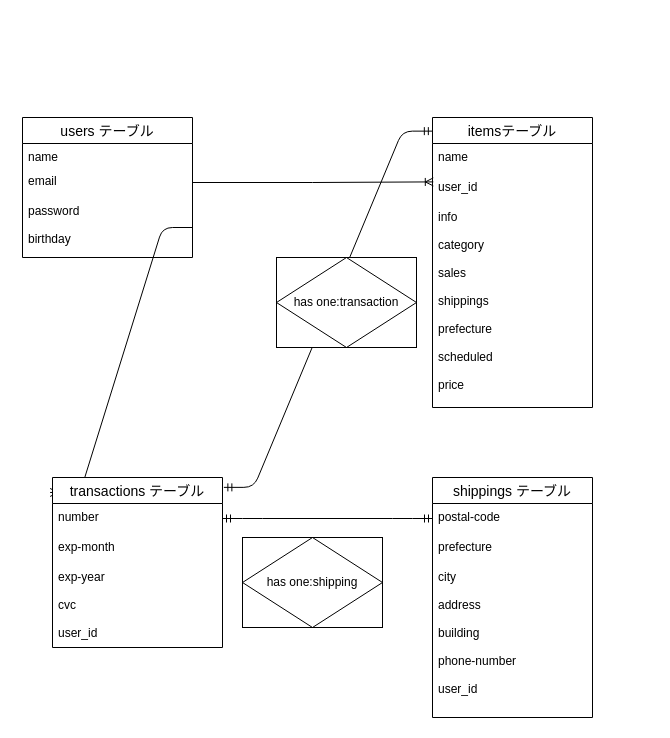
The draw.io diagram er.dio in hirofumishiba0301/furima-29629, before the edit. Source tidied: cells renumbered, new cells numbered last; positions are measured from the earlier drawing's top-left corner, leaving out a move shared by most shapes. Both pictures are drawn from the tidied source at 100%, with x=0, y=0 at pixel (22, 117).
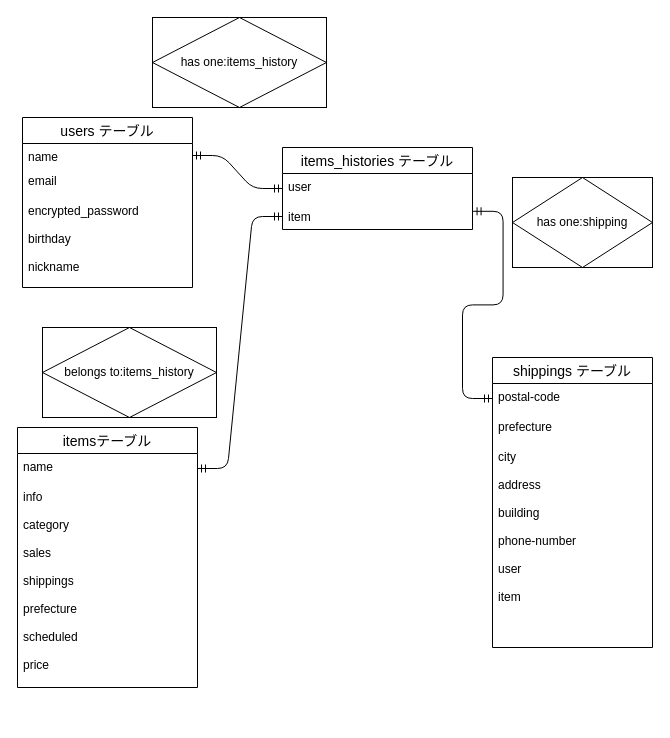
The same diagram, later.

Commit message (it also covers changes not shown here):
テーブル設計#2

Unchanged cells that the change refers to:
```xml
<mxCell id="10" value="postal-code" style="text;strokeColor=none;fillColor=none;spacingLeft=4;spacingRight=4;overflow=hidden;points=[[0,0.5],[1,0.5]];portConstraint=eastwest;fontSize=12;" parent="9" vertex="1">
  <mxGeometry y="26" width="160" height="30" as="geometry" />
</mxCell>
```

Change to the diagram source:
```diff
@@
-    <mxCell id="2" style="edgeStyle=entityRelationEdgeStyle;fontSize=12;html=1;endArrow=ERoneToMany;exitX=1;exitY=0.5;exitDx=0;exitDy=0;entryX=-0.014;entryY=0.088;entryDx=0;entryDy=0;entryPerimeter=0;" parent="1" edge="1" source="16" target="17">
-      <mxGeometry relative="1" as="geometry" />
-    </mxCell>
-    <mxCell id="3" style="edgeStyle=entityRelationEdgeStyle;fontSize=12;html=1;endArrow=ERmandOne;startArrow=ERmandOne;entryX=-0.001;entryY=0.047;entryDx=0;entryDy=0;entryPerimeter=0;exitX=1.008;exitY=0.058;exitDx=0;exitDy=0;exitPerimeter=0;" parent="1" edge="1" source="17" target="5">
-      <mxGeometry relative="1" as="geometry" />
-    </mxCell>
-    <mxCell id="4" style="edgeStyle=entityRelationEdgeStyle;fontSize=12;html=1;endArrow=ERmandOne;startArrow=ERmandOne;exitX=1;exitY=0.5;exitDx=0;exitDy=0;entryX=0;entryY=0.5;entryDx=0;entryDy=0;" parent="1" edge="1" source="18" target="10">
+    <mxCell id="4" style="edgeStyle=entityRelationEdgeStyle;fontSize=12;html=1;endArrow=ERmandOne;startArrow=ERmandOne;entryX=0;entryY=0.5;entryDx=0;entryDy=0;exitX=1.003;exitY=0.3;exitDx=0;exitDy=0;exitPerimeter=0;" parent="1" edge="1" source="19" target="10">
       <mxGeometry relative="1" as="geometry" />
     </mxCell>
+    <mxCell id="13" value="users テーブル" style="swimlane;fontStyle=0;horizontal=1;startSize=26;align=center;fontSize=14;" parent="1" vertex="1">
+      <mxGeometry width="170" height="170" as="geometry" />
+    </mxCell>
+    <mxCell id="14" value="name" style="text;strokeColor=none;fillColor=none;spacingLeft=4;spacingRight=4;overflow=hidden;points=[[0,0.5],[1,0.5]];portConstraint=eastwest;fontSize=12;" parent="13" vertex="1">
+      <mxGeometry y="26" width="170" height="24" as="geometry" />
+    </mxCell>
+    <mxCell id="15" value="email" style="text;strokeColor=none;fillColor=none;spacingLeft=4;spacingRight=4;overflow=hidden;points=[[0,0.5],[1,0.5]];portConstraint=eastwest;fontSize=12;" parent="13" vertex="1">
+      <mxGeometry y="50" width="170" height="30" as="geometry" />
+    </mxCell>
+    <mxCell id="16" value="encrypted_password&#10;&#10;birthday&#10;&#10;nickname" style="text;strokeColor=none;fillColor=none;spacingLeft=4;spacingRight=4;overflow=hidden;points=[[0,0.5],[1,0.5]];portConstraint=eastwest;fontSize=12;" parent="13" vertex="1">
+      <mxGeometry y="80" width="170" height="90" as="geometry" />
+    </mxCell>
+    <mxCell id="22" value="belongs to:items_history" style="shape=associativeEntity;whiteSpace=wrap;html=1;align=center;" parent="1" vertex="1">
+      <mxGeometry x="20" y="210" width="174" height="90" as="geometry" />
+    </mxCell>
+    <mxCell id="23" value="has one:shipping" style="shape=associativeEntity;whiteSpace=wrap;html=1;align=center;" parent="1" vertex="1">
+      <mxGeometry x="490" y="60" width="140" height="90" as="geometry" />
+    </mxCell>
+    <mxCell id="17" value="items_histories テーブル" style="swimlane;fontStyle=0;horizontal=1;startSize=26;align=center;fontSize=14;" parent="1" vertex="1">
+      <mxGeometry x="260" y="30" width="190" height="82" as="geometry" />
+    </mxCell>
+    <mxCell id="18" value="user" style="text;strokeColor=none;fillColor=none;spacingLeft=4;spacingRight=4;overflow=hidden;points=[[0,0.5],[1,0.5]];portConstraint=eastwest;fontSize=12;" parent="17" vertex="1">
+      <mxGeometry y="26" width="190" height="30" as="geometry" />
+    </mxCell>
+    <mxCell id="19" value="item" style="text;strokeColor=none;fillColor=none;spacingLeft=4;spacingRight=4;overflow=hidden;points=[[0,0.5],[1,0.5]];portConstraint=eastwest;fontSize=12;" parent="17" vertex="1">
+      <mxGeometry y="56" width="190" height="26" as="geometry" />
+    </mxCell>
+    <mxCell id="24" style="edgeStyle=entityRelationEdgeStyle;fontSize=12;html=1;endArrow=ERmandOne;startArrow=ERmandOne;entryX=0;entryY=0.5;entryDx=0;entryDy=0;exitX=1;exitY=0.5;exitDx=0;exitDy=0;" parent="1" edge="1" source="14" target="18">
+      <mxGeometry relative="1" as="geometry" />
+    </mxCell>
+    <mxCell id="25" value="has one:items_history" style="shape=associativeEntity;whiteSpace=wrap;html=1;align=center;" parent="1" vertex="1">
+      <mxGeometry x="130" y="-100" width="174" height="90" as="geometry" />
+    </mxCell>
+    <mxCell id="26" style="edgeStyle=entityRelationEdgeStyle;fontSize=12;html=1;endArrow=ERmandOne;startArrow=ERmandOne;entryX=0;entryY=0.5;entryDx=0;entryDy=0;" parent="1" edge="1" source="6" target="19">
+      <mxGeometry relative="1" as="geometry" />
+    </mxCell>
     <mxCell id="5" value="itemsテーブル" style="swimlane;fontStyle=0;horizontal=1;startSize=26;align=center;fontSize=14;" parent="1" vertex="1">
-      <mxGeometry x="410" width="160" height="290" as="geometry" />
+      <mxGeometry x="-5" y="310" width="180" height="260" as="geometry" />
     </mxCell>
     <mxCell id="6" value="name" style="text;strokeColor=none;fillColor=none;spacingLeft=4;spacingRight=4;overflow=hidden;points=[[0,0.5],[1,0.5]];portConstraint=eastwest;fontSize=12;" parent="5" vertex="1">
-      <mxGeometry y="26" width="160" height="30" as="geometry" />
+      <mxGeometry y="26" width="180" height="30" as="geometry" />
     </mxCell>
-    <mxCell id="7" value="user_id" style="text;strokeColor=none;fillColor=none;spacingLeft=4;spacingRight=4;overflow=hidden;points=[[0,0.5],[1,0.5]];portConstraint=eastwest;fontSize=12;" parent="5" vertex="1">
-      <mxGeometry y="56" width="160" height="30" as="geometry" />
-    </mxCell>
     <mxCell id="8" value="info&#10;&#10;category&#10;&#10;sales&#10;&#10;shippings&#10;&#10;prefecture&#10;&#10;scheduled&#10;&#10;price" style="text;strokeColor=none;fillColor=none;spacingLeft=4;spacingRight=4;overflow=hidden;fontSize=12;" parent="5" vertex="1">
-      <mxGeometry y="86" width="160" height="204" as="geometry" />
+      <mxGeometry y="56" width="180" height="204" as="geometry" />
     </mxCell>
     <mxCell id="9" value="shippings テーブル" style="swimlane;fontStyle=0;horizontal=1;startSize=26;align=center;fontSize=14;" parent="1" vertex="1">
-      <mxGeometry x="410" y="360" width="160" height="240" as="geometry" />
+      <mxGeometry x="470" y="240" width="160" height="290" as="geometry" />
     </mxCell>
@@
-    <mxCell id="12" value="city&#10;&#10;address&#10;&#10;building&#10;&#10;phone-number&#10;&#10;user_id" style="text;strokeColor=none;fillColor=none;spacingLeft=4;spacingRight=4;overflow=hidden;fontSize=12;" parent="9" vertex="1">
-      <mxGeometry y="86" width="160" height="154" as="geometry" />
+    <mxCell id="12" value="city&#10;&#10;address&#10;&#10;building&#10;&#10;phone-number&#10;&#10;user&#10;&#10;item" style="text;strokeColor=none;fillColor=none;spacingLeft=4;spacingRight=4;overflow=hidden;fontSize=12;" parent="9" vertex="1">
+      <mxGeometry y="86" width="160" height="204" as="geometry" />
     </mxCell>
-    <mxCell id="13" value="users テーブル" style="swimlane;fontStyle=0;horizontal=1;startSize=26;align=center;fontSize=14;" parent="1" vertex="1">
-      <mxGeometry width="170" height="140" as="geometry" />
-    </mxCell>
-    <mxCell id="14" value="name" style="text;strokeColor=none;fillColor=none;spacingLeft=4;spacingRight=4;overflow=hidden;points=[[0,0.5],[1,0.5]];portConstraint=eastwest;fontSize=12;" parent="13" vertex="1">
-      <mxGeometry y="26" width="170" height="24" as="geometry" />
-    </mxCell>
-    <mxCell id="15" value="email" style="text;strokeColor=none;fillColor=none;spacingLeft=4;spacingRight=4;overflow=hidden;points=[[0,0.5],[1,0.5]];portConstraint=eastwest;fontSize=12;" parent="13" vertex="1">
-      <mxGeometry y="50" width="170" height="30" as="geometry" />
-    </mxCell>
-    <mxCell id="16" value="password&#10;&#10;birthday" style="text;strokeColor=none;fillColor=none;spacingLeft=4;spacingRight=4;overflow=hidden;points=[[0,0.5],[1,0.5]];portConstraint=eastwest;fontSize=12;" parent="13" vertex="1">
-      <mxGeometry y="80" width="170" height="60" as="geometry" />
-    </mxCell>
-    <mxCell id="17" value="transactions テーブル" style="swimlane;fontStyle=0;horizontal=1;startSize=26;align=center;fontSize=14;" parent="1" vertex="1">
-      <mxGeometry x="30" y="360" width="170" height="170" as="geometry" />
-    </mxCell>
-    <mxCell id="18" value="number" style="text;strokeColor=none;fillColor=none;spacingLeft=4;spacingRight=4;overflow=hidden;points=[[0,0.5],[1,0.5]];portConstraint=eastwest;fontSize=12;" parent="17" vertex="1">
-      <mxGeometry y="26" width="170" height="30" as="geometry" />
-    </mxCell>
-    <mxCell id="19" value="exp-month" style="text;strokeColor=none;fillColor=none;spacingLeft=4;spacingRight=4;overflow=hidden;points=[[0,0.5],[1,0.5]];portConstraint=eastwest;fontSize=12;" parent="17" vertex="1">
-      <mxGeometry y="56" width="170" height="30" as="geometry" />
-    </mxCell>
-    <mxCell id="20" value="exp-year&#10;&#10;cvc&#10;&#10;user_id" style="text;strokeColor=none;fillColor=none;spacingLeft=4;spacingRight=4;overflow=hidden;fontSize=12;" parent="17" vertex="1">
-      <mxGeometry y="86" width="170" height="84" as="geometry" />
-    </mxCell>
-    <mxCell id="21" style="edgeStyle=orthogonalEdgeStyle;rounded=0;jettySize=auto;html=1;entryX=0.005;entryY=0.28;entryDx=0;entryDy=0;entryPerimeter=0;endArrow=ERoneToMany;endFill=0;" parent="1" edge="1" source="15" target="7">
-      <mxGeometry relative="1" as="geometry" />
-    </mxCell>
-    <mxCell id="22" value="has one:transaction" style="shape=associativeEntity;whiteSpace=wrap;html=1;align=center;" parent="1" vertex="1">
-      <mxGeometry x="254" y="140" width="140" height="90" as="geometry" />
-    </mxCell>
-    <mxCell id="23" value="has one:shipping" style="shape=associativeEntity;whiteSpace=wrap;html=1;align=center;" parent="1" vertex="1">
-      <mxGeometry x="220" y="420" width="140" height="90" as="geometry" />
-    </mxCell>
```
